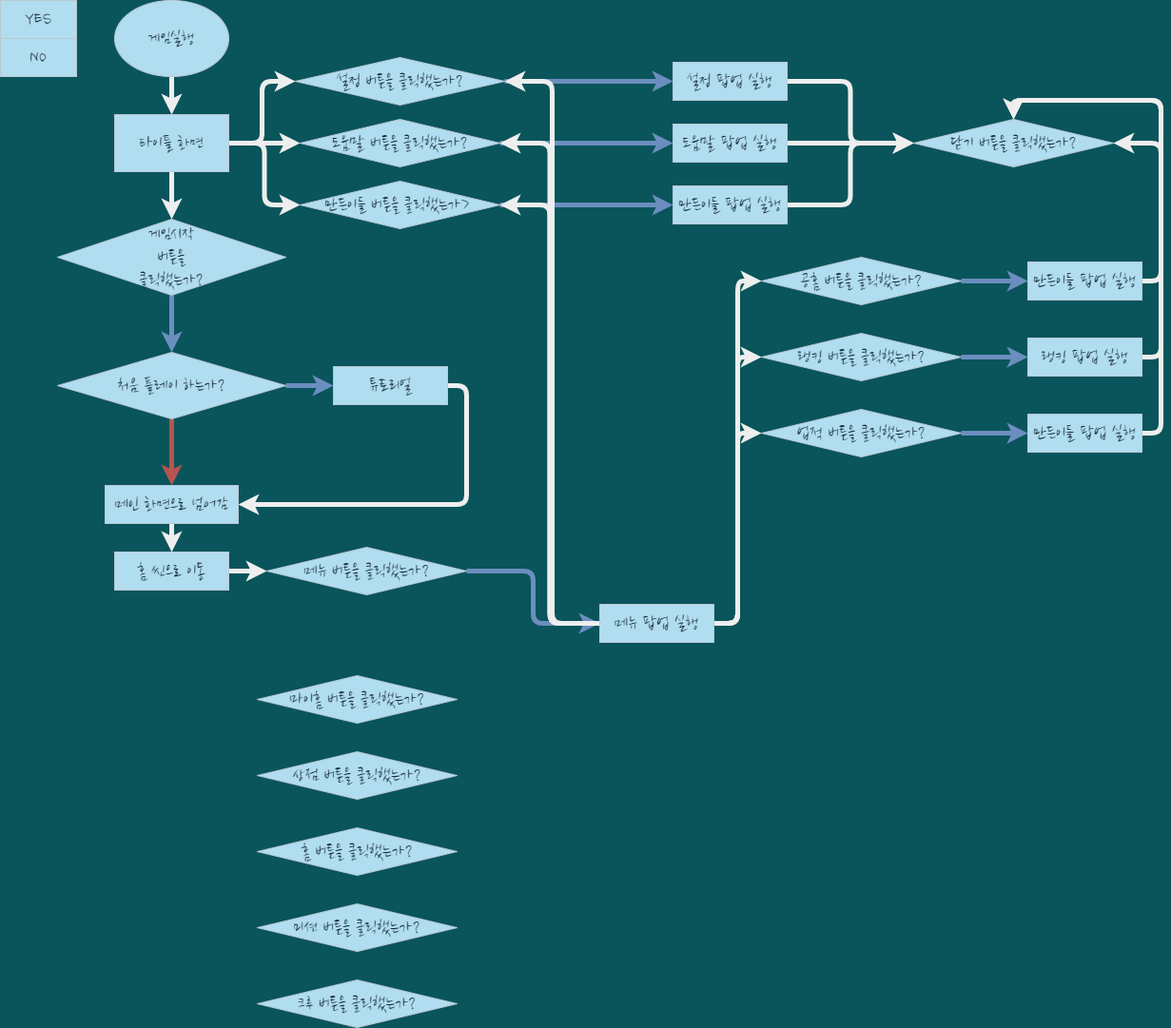
This is gameplay_flowchat.drawio.png from kinesis19/stac_project_SME, a draw.io export, as it was before one commit. Source tidied: cells renumbered, new cells last; positions are measured from the earlier drawing's top-left corner, leaving out a move shared by most shapes.
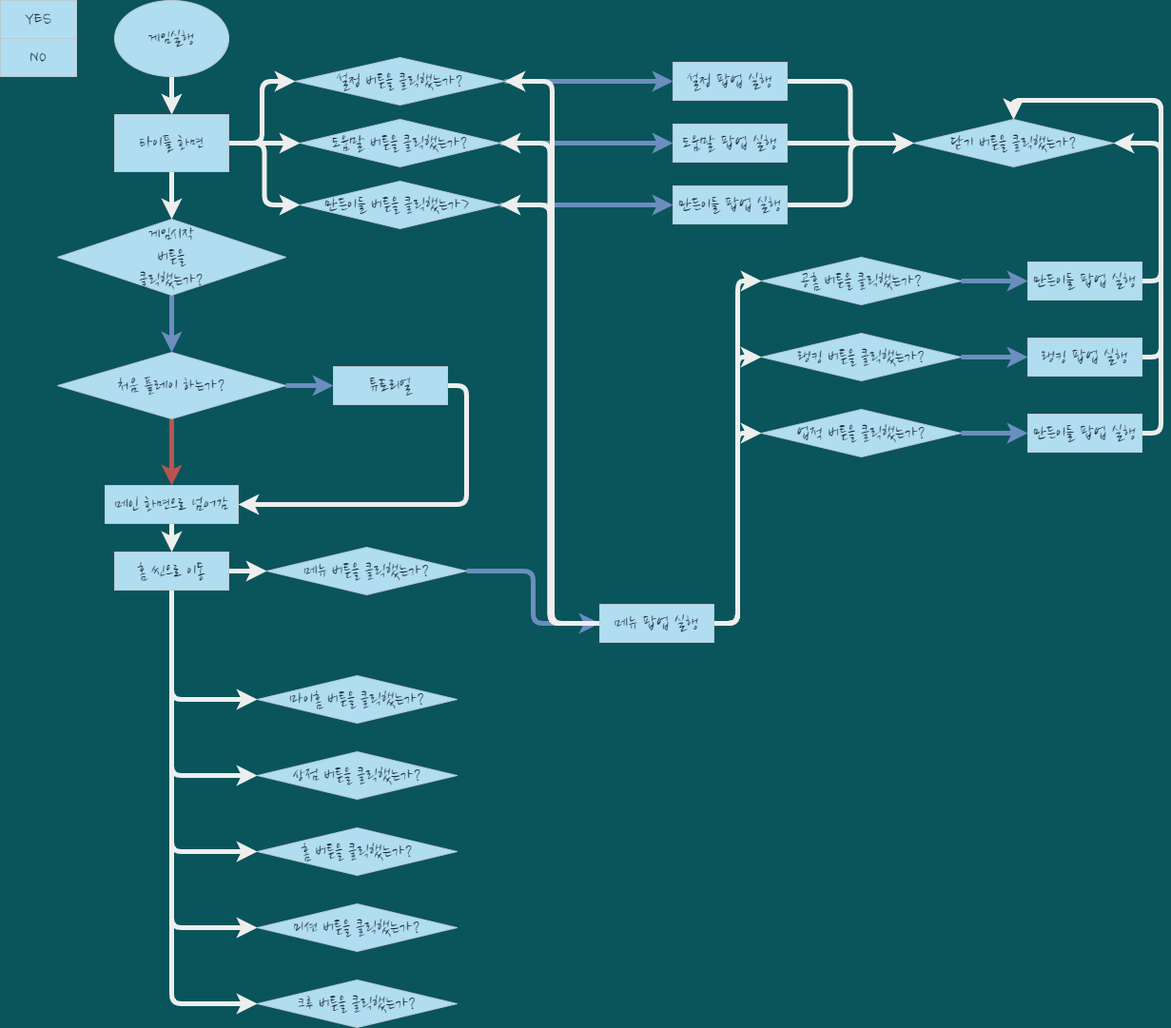
Later version of the same file.

Change to the diagram source:
```diff
@@ -179,6 +179,21 @@
     <mxCell id="58" style="edgeStyle=orthogonalEdgeStyle;curved=0;rounded=1;sketch=0;jettySize=auto;html=1;entryX=0;entryY=0.5;entryDx=0;entryDy=0;fontColor=#FFFFFF;strokeColor=#EEEEEE;strokeWidth=5;" parent="1" edge="1" source="59" target="33">
       <mxGeometry relative="1" as="geometry" />
     </mxCell>
+    <mxCell id="61" style="edgeStyle=orthogonalEdgeStyle;curved=0;rounded=1;sketch=0;jettySize=auto;html=1;exitX=0.5;exitY=1;exitDx=0;exitDy=0;entryX=0;entryY=0.5;entryDx=0;entryDy=0;fontColor=#FFFFFF;strokeColor=#EEEEEE;strokeWidth=5;" parent="1" edge="1" source="59" target="54">
+      <mxGeometry relative="1" as="geometry" />
+    </mxCell>
+    <mxCell id="62" style="edgeStyle=orthogonalEdgeStyle;curved=0;rounded=1;sketch=0;jettySize=auto;html=1;exitX=0.5;exitY=1;exitDx=0;exitDy=0;entryX=0;entryY=0.5;entryDx=0;entryDy=0;fontColor=#FFFFFF;strokeColor=#EEEEEE;strokeWidth=5;" parent="1" edge="1" source="59" target="55">
+      <mxGeometry relative="1" as="geometry" />
+    </mxCell>
+    <mxCell id="63" style="edgeStyle=orthogonalEdgeStyle;curved=0;rounded=1;sketch=0;jettySize=auto;html=1;exitX=0.5;exitY=1;exitDx=0;exitDy=0;entryX=0;entryY=0.5;entryDx=0;entryDy=0;fontColor=#FFFFFF;strokeColor=#EEEEEE;strokeWidth=5;" parent="1" edge="1" source="59" target="60">
+      <mxGeometry relative="1" as="geometry" />
+    </mxCell>
+    <mxCell id="64" style="edgeStyle=orthogonalEdgeStyle;curved=0;rounded=1;sketch=0;jettySize=auto;html=1;exitX=0.5;exitY=1;exitDx=0;exitDy=0;entryX=0;entryY=0.5;entryDx=0;entryDy=0;fontColor=#FFFFFF;strokeColor=#EEEEEE;strokeWidth=5;" parent="1" edge="1" source="59" target="56">
+      <mxGeometry relative="1" as="geometry" />
+    </mxCell>
+    <mxCell id="65" style="edgeStyle=orthogonalEdgeStyle;curved=0;rounded=1;sketch=0;jettySize=auto;html=1;exitX=0.5;exitY=1;exitDx=0;exitDy=0;entryX=0;entryY=0.5;entryDx=0;entryDy=0;fontColor=#FFFFFF;strokeColor=#EEEEEE;strokeWidth=5;" parent="1" edge="1" source="59" target="57">
+      <mxGeometry relative="1" as="geometry" />
+    </mxCell>
     <mxCell id="59" value="홈 씬으로 이동" style="rounded=0;whiteSpace=wrap;html=1;sketch=0;fontFamily=Nanum Brush Script;fontSource=https%3A%2F%2Ffonts.googleapis.com%2Fcss%3Ffamily%3DNanum%2BBrush%2BScript;fontSize=20;fillColor=#B1DDF0;strokeColor=#BAC8D3;fontColor=#182E3E;" parent="1" vertex="1">
       <mxGeometry x="120" y="580" width="120" height="40" as="geometry" />
     </mxCell>
```
